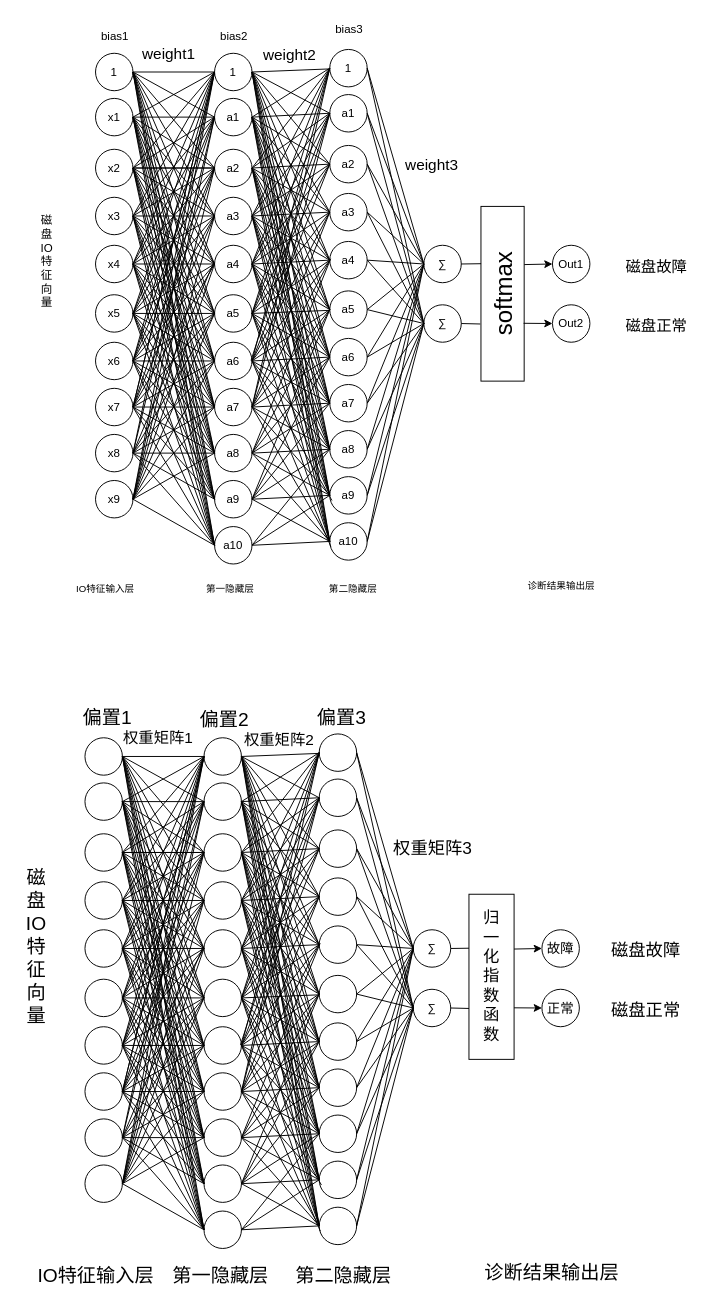
The draw.io diagram 专利-神经网络结构.drawio in yihezhou/diagrams, before the edit. Source tidied: cells renumbered, new cells numbered last; positions are measured from the earlier drawing's top-left corner, leaving out a move shared by most shapes. Both pictures are drawn from the tidied source at 96%, with x=0, y=0 at pixel (16, 16).
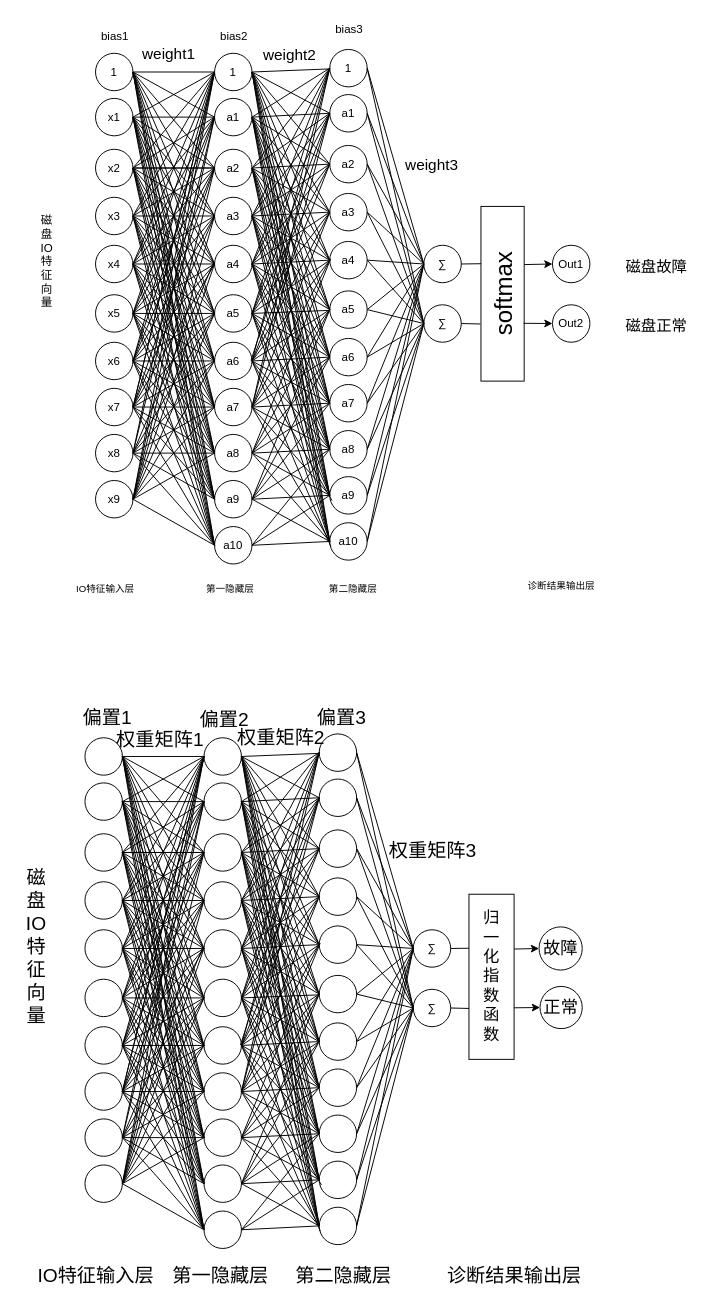
The same page after the edit.

Commit message (it also covers changes not shown here):
更新专利-神经网络结构.drawio

Change to the diagram source:
```diff
@@
-    <mxCell id="327" value="&lt;font style=&quot;font-size: 14px;&quot;&gt;故障&lt;/font&gt;" style="ellipse;whiteSpace=wrap;html=1;" parent="1" vertex="1">
-      <mxGeometry x="547" y="951" width="39" height="39" as="geometry" />
+    <mxCell id="327" value="&lt;font style=&quot;font-size: 18px;&quot;&gt;故障&lt;/font&gt;" style="ellipse;whiteSpace=wrap;html=1;" parent="1" vertex="1">
+      <mxGeometry x="544" y="948" width="45" height="45" as="geometry" />
     </mxCell>
-    <mxCell id="328" value="正常" style="ellipse;whiteSpace=wrap;html=1;fontSize=14;" parent="1" vertex="1">
-      <mxGeometry x="547" y="1013" width="39" height="39" as="geometry" />
+    <mxCell id="328" value="正常" style="ellipse;whiteSpace=wrap;html=1;fontSize=18;" parent="1" vertex="1">
+      <mxGeometry x="545" y="1010" width="44" height="44" as="geometry" />
     </mxCell>
-    <mxCell id="329" value="磁盘故障" style="text;html=1;align=center;verticalAlign=middle;strokeColor=none;fillColor=none;fontSize=18;" parent="1" vertex="1">
-      <mxGeometry x="610" y="956" width="90" height="34" as="geometry" />
-    </mxCell>
-    <mxCell id="330" value="磁盘正常" style="text;html=1;align=center;verticalAlign=middle;strokeColor=none;fillColor=none;fontSize=18;" parent="1" vertex="1">
-      <mxGeometry x="610" y="1018" width="90" height="34" as="geometry" />
-    </mxCell>
-    <mxCell id="331" value="权重矩阵1" style="text;html=1;align=center;verticalAlign=middle;strokeColor=none;fillColor=none;fontSize=16;" parent="1" vertex="1">
-      <mxGeometry x="97" y="736" width="100" height="30" as="geometry" />
+    <mxCell id="331" value="权重矩阵1" style="text;html=1;align=center;verticalAlign=middle;strokeColor=none;fillColor=none;fontSize=20;" parent="1" vertex="1">
+      <mxGeometry x="94" y="734" width="109" height="36" as="geometry" />
     </mxCell>
-    <mxCell id="332" value="权重矩阵2" style="text;html=1;align=center;verticalAlign=middle;strokeColor=none;fillColor=none;fontSize=16;" parent="1" vertex="1">
-      <mxGeometry x="223" y="738" width="100" height="30" as="geometry" />
-    </mxCell>
-    <mxCell id="333" value="权重矩阵3" style="text;html=1;align=center;verticalAlign=middle;strokeColor=none;fillColor=none;fontSize=18;" parent="1" vertex="1">
-      <mxGeometry x="382.5" y="849.5" width="100" height="34" as="geometry" />
+    <mxCell id="333" value="权重矩阵3" style="text;html=1;align=center;verticalAlign=middle;strokeColor=none;fillColor=none;fontSize=20;" parent="1" vertex="1">
+      <mxGeometry x="378.5" y="849.5" width="109" height="36" as="geometry" />
     </mxCell>
@@
     <mxCell id="337" value="诊断结果输出层" style="text;html=1;align=center;verticalAlign=middle;strokeColor=none;fillColor=none;fontSize=20;" parent="1" vertex="1">
-      <mxGeometry x="478" y="1289" width="158" height="36" as="geometry" />
+      <mxGeometry x="439" y="1292" width="158" height="36" as="geometry" />
     </mxCell>
@@
+    <mxCell id="332" value="权重矩阵2" style="text;html=1;align=center;verticalAlign=middle;strokeColor=none;fillColor=none;fontSize=20;" parent="1" vertex="1">
+      <mxGeometry x="220" y="732" width="109" height="36" as="geometry" />
+    </mxCell>
```
